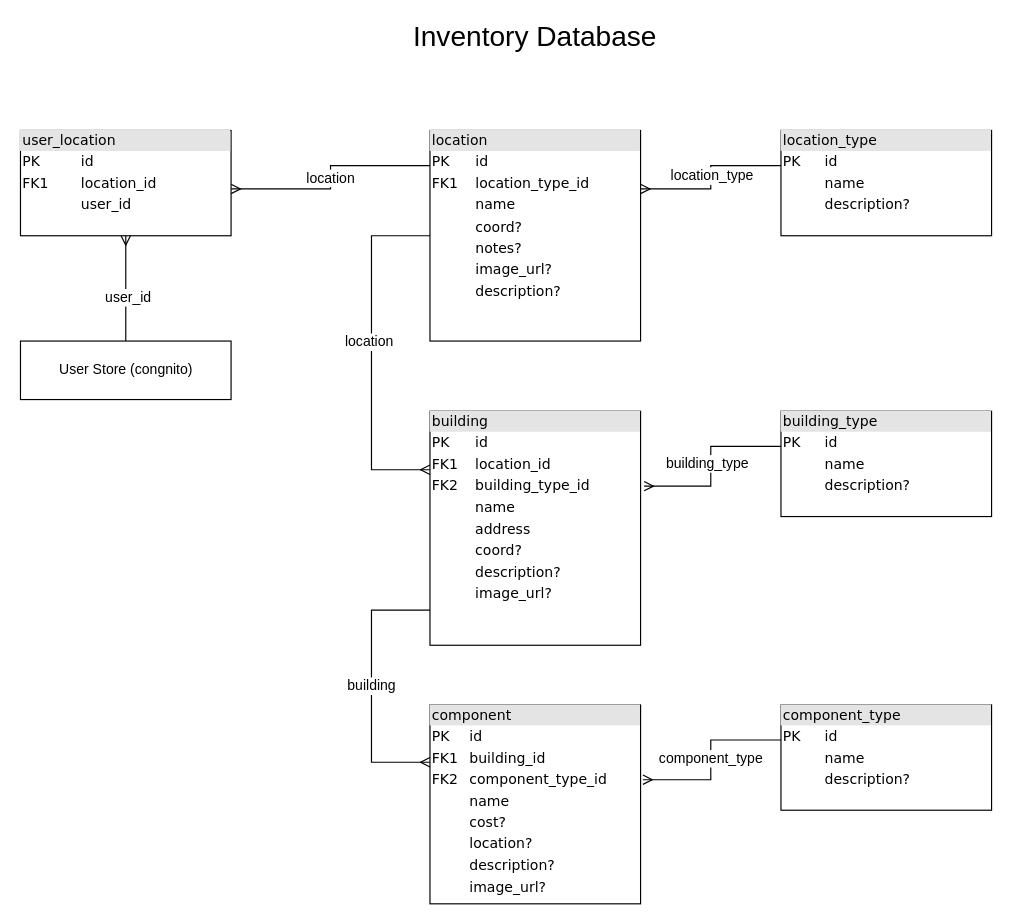
This is database/docs/database-diagrams.drawio from vanister/inventory, a draw.io file, before an edit. Source tidied: cells renumbered, new cells numbered last; positions are measured from the earlier drawing's top-left corner, leaving out a move shared by most shapes. Both pictures are drawn from the tidied source at 117%, with x=0, y=0 at pixel (20, 25).
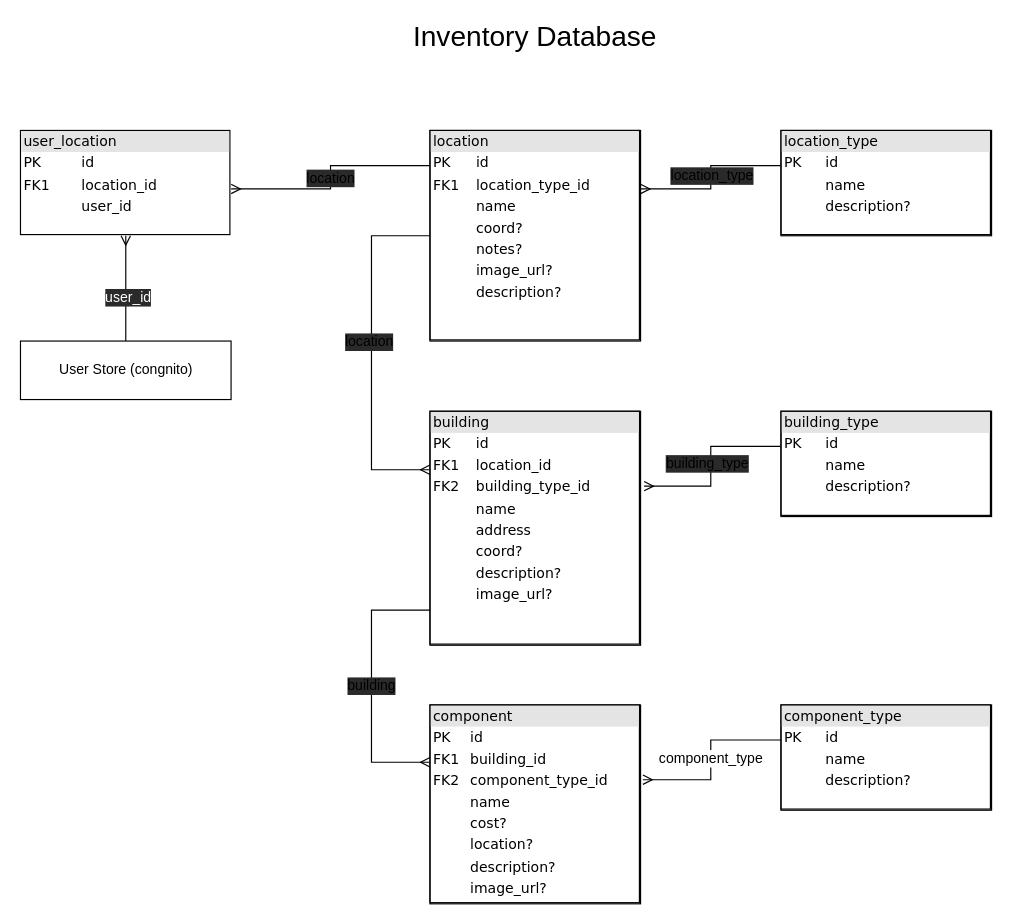
After the change.

Commit message:
Updated database diagram colors

Unchanged cells that the change refers to:
```xml
<mxCell id="2" style="edgeStyle=orthogonalEdgeStyle;rounded=0;jettySize=auto;html=1;startArrow=none;startFill=0;endArrow=ERmany;endFill=0;fontSize=12;" parent="1" edge="1" source="6" target="18">
  <mxGeometry relative="1" as="geometry">
    <Array as="points">
      <mxPoint x="265" y="120" />
      <mxPoint x="265" y="140" />
    </Array>
  </mxGeometry>
</mxCell>
<mxCell id="4" style="edgeStyle=orthogonalEdgeStyle;rounded=0;jettySize=auto;html=1;startArrow=none;startFill=0;endArrow=ERmany;endFill=0;fontSize=12;" parent="1" edge="1" source="6" target="8">
  <mxGeometry relative="1" as="geometry">
    <Array as="points">
      <mxPoint x="300" y="180" />
      <mxPoint x="300" y="380" />
    </Array>
  </mxGeometry>
</mxCell>
<mxCell id="9" style="edgeStyle=orthogonalEdgeStyle;rounded=0;jettySize=auto;html=1;entryX=1.017;entryY=0.32;entryDx=0;entryDy=0;entryPerimeter=0;startArrow=none;startFill=0;endArrow=ERmany;endFill=0;fontSize=12;" parent="1" edge="1" source="11" target="8">
  <mxGeometry relative="1" as="geometry">
    <Array as="points">
      <mxPoint x="590" y="360" />
      <mxPoint x="590" y="394" />
    </Array>
  </mxGeometry>
</mxCell>
<mxCell id="12" style="edgeStyle=orthogonalEdgeStyle;rounded=0;jettySize=auto;html=1;startArrow=none;startFill=0;fontSize=24;endArrow=ERmany;endFill=0;" parent="1" edge="1" source="14" target="6">
  <mxGeometry relative="1" as="geometry">
    <Array as="points">
      <mxPoint x="590" y="120" />
      <mxPoint x="590" y="140" />
    </Array>
  </mxGeometry>
</mxCell>
<mxCell id="21" value="User Store (congnito)" style="html=1;" parent="1" vertex="1">
  <mxGeometry y="270" width="180" height="50" as="geometry" />
</mxCell>
```

Diff of the diagram source:
```diff
@@
-<mxGraphModel background="#ffffff">
+<mxGraphModel>
@@
-    <mxCell id="3" value="location" style="text;html=1;align=center;verticalAlign=middle;labelBackgroundColor=#ffffff;fontSize=12;" parent="2" vertex="1">
+    <mxCell id="3" value="location" style="text;html=1;align=center;verticalAlign=middle;labelBackgroundColor=#2A2A2A;fontSize=12;" parent="2" vertex="1">
       <mxGeometry y="-1" relative="1" as="geometry" />
     </mxCell>
@@
-    <mxCell id="5" value="location" style="text;html=1;align=center;verticalAlign=middle;labelBackgroundColor=#ffffff;fontSize=12;" parent="4" vertex="1">
+    <mxCell id="5" value="location" style="text;html=1;align=center;verticalAlign=middle;labelBackgroundColor=#2A2A2A;fontSize=12;" parent="4" vertex="1">
       <mxGeometry x="-0.07" y="-3" relative="1" as="geometry" />
     </mxCell>
-    <mxCell id="6" value="&lt;div style=&quot;box-sizing: border-box ; width: 100% ; background: #e4e4e4 ; padding: 2px&quot;&gt;location&lt;/div&gt;&lt;table style=&quot;width: 100% ; font-size: 1em&quot; cellspacing=&quot;0&quot; cellpadding=&quot;2&quot;&gt;&lt;tbody&gt;&lt;tr&gt;&lt;td&gt;PK&lt;/td&gt;&lt;td&gt;id&lt;/td&gt;&lt;/tr&gt;&lt;tr&gt;&lt;td&gt;FK1&lt;br&gt;&lt;/td&gt;&lt;td&gt;location_type_id&lt;br&gt;&lt;/td&gt;&lt;/tr&gt;&lt;tr&gt;&lt;td&gt;&lt;br&gt;&lt;/td&gt;&lt;td&gt;name&lt;br&gt;&lt;/td&gt;&lt;/tr&gt;&lt;tr&gt;&lt;td&gt;&lt;br&gt;&lt;/td&gt;&lt;td&gt;coord?&lt;br&gt;&lt;/td&gt;&lt;/tr&gt;&lt;tr&gt;&lt;td&gt;&lt;br&gt;&lt;/td&gt;&lt;td&gt;notes?&lt;br&gt;&lt;/td&gt;&lt;/tr&gt;&lt;tr&gt;&lt;td&gt;&lt;br&gt;&lt;/td&gt;&lt;td&gt;image_url?&lt;/td&gt;&lt;/tr&gt;&lt;tr&gt;&lt;td&gt;&lt;br&gt;&lt;/td&gt;&lt;td&gt;description?&lt;/td&gt;&lt;/tr&gt;&lt;tr&gt;&lt;td&gt;&lt;br&gt;&lt;/td&gt;&lt;td&gt;&lt;br&gt;&lt;/td&gt;&lt;/tr&gt;&lt;/tbody&gt;&lt;/table&gt;" style="verticalAlign=top;align=left;overflow=fill;html=1;rounded=0;shadow=0;comic=0;labelBackgroundColor=none;strokeColor=#000000;strokeWidth=1;fillColor=#ffffff;fontFamily=Verdana;fontSize=12;fontColor=#000000;" parent="1" vertex="1">
+    <mxCell id="6" value="&lt;div style=&quot;box-sizing: border-box ; width: 100% ; background: #e4e4e4 ; padding: 2px&quot;&gt;&lt;font color=&quot;#000000&quot;&gt;location&lt;/font&gt;&lt;/div&gt;&lt;table style=&quot;width: 100% ; font-size: 1em&quot; cellspacing=&quot;0&quot; cellpadding=&quot;2&quot;&gt;&lt;tbody&gt;&lt;tr&gt;&lt;td&gt;PK&lt;/td&gt;&lt;td&gt;id&lt;/td&gt;&lt;/tr&gt;&lt;tr&gt;&lt;td&gt;FK1&lt;br&gt;&lt;/td&gt;&lt;td&gt;location_type_id&lt;br&gt;&lt;/td&gt;&lt;/tr&gt;&lt;tr&gt;&lt;td&gt;&lt;br&gt;&lt;/td&gt;&lt;td&gt;name&lt;br&gt;&lt;/td&gt;&lt;/tr&gt;&lt;tr&gt;&lt;td&gt;&lt;br&gt;&lt;/td&gt;&lt;td&gt;coord?&lt;br&gt;&lt;/td&gt;&lt;/tr&gt;&lt;tr&gt;&lt;td&gt;&lt;br&gt;&lt;/td&gt;&lt;td&gt;notes?&lt;br&gt;&lt;/td&gt;&lt;/tr&gt;&lt;tr&gt;&lt;td&gt;&lt;br&gt;&lt;/td&gt;&lt;td&gt;image_url?&lt;/td&gt;&lt;/tr&gt;&lt;tr&gt;&lt;td&gt;&lt;br&gt;&lt;/td&gt;&lt;td&gt;description?&lt;/td&gt;&lt;/tr&gt;&lt;tr&gt;&lt;td&gt;&lt;br&gt;&lt;/td&gt;&lt;td&gt;&lt;br&gt;&lt;/td&gt;&lt;/tr&gt;&lt;/tbody&gt;&lt;/table&gt;" style="verticalAlign=top;align=left;overflow=fill;html=1;rounded=0;shadow=0;comic=0;labelBackgroundColor=none;strokeColor=#000000;strokeWidth=1;fontFamily=Verdana;fontSize=12;labelBorderColor=#000000;" parent="1" vertex="1">
       <mxGeometry x="350" y="90" width="180" height="180" as="geometry" />
     </mxCell>
-    <mxCell id="7" value="building" style="edgeStyle=orthogonalEdgeStyle;rounded=0;jettySize=auto;html=1;startArrow=none;startFill=0;endArrow=ERmany;endFill=0;fontSize=12;" parent="1" edge="1" source="8" target="17">
+    <mxCell id="7" value="building" style="edgeStyle=orthogonalEdgeStyle;rounded=0;jettySize=auto;html=1;startArrow=none;startFill=0;endArrow=ERmany;endFill=0;fontSize=12;labelBackgroundColor=#2A2A2A;" parent="1" edge="1" source="8" target="17">
       <mxGeometry relative="1" as="geometry">
         <Array as="points">
           <mxPoint x="300" y="500" />
           <mxPoint x="300" y="630" />
         </Array>
       </mxGeometry>
     </mxCell>
-    <mxCell id="8" value="&lt;div style=&quot;box-sizing: border-box ; width: 100% ; background: #e4e4e4 ; padding: 2px&quot;&gt;building&lt;/div&gt;&lt;table style=&quot;width: 100% ; font-size: 1em&quot; cellspacing=&quot;0&quot; cellpadding=&quot;2&quot;&gt;&lt;tbody&gt;&lt;tr&gt;&lt;td&gt;PK&lt;/td&gt;&lt;td&gt;id&lt;/td&gt;&lt;/tr&gt;&lt;tr&gt;&lt;td&gt;FK1&lt;/td&gt;&lt;td&gt;location_id&lt;br&gt;&lt;/td&gt;&lt;/tr&gt;&lt;tr&gt;&lt;td&gt;FK2&lt;/td&gt;&lt;td&gt;building_type_id&lt;br&gt;&lt;/td&gt;&lt;/tr&gt;&lt;tr&gt;&lt;td&gt;&lt;br&gt;&lt;/td&gt;&lt;td&gt;name&lt;br&gt;&lt;/td&gt;&lt;/tr&gt;&lt;tr&gt;&lt;td&gt;&lt;br&gt;&lt;/td&gt;&lt;td&gt;address&lt;br&gt;&lt;/td&gt;&lt;/tr&gt;&lt;tr&gt;&lt;td&gt;&lt;br&gt;&lt;/td&gt;&lt;td&gt;coord?&lt;br&gt;&lt;/td&gt;&lt;/tr&gt;&lt;tr&gt;&lt;td&gt;&lt;br&gt;&lt;/td&gt;&lt;td&gt;description?&lt;br&gt;&lt;/td&gt;&lt;/tr&gt;&lt;tr&gt;&lt;td&gt;&lt;br&gt;&lt;/td&gt;&lt;td&gt;image_url?&lt;/td&gt;&lt;/tr&gt;&lt;tr&gt;&lt;td&gt;&lt;br&gt;&lt;/td&gt;&lt;td&gt;&lt;br&gt;&lt;/td&gt;&lt;/tr&gt;&lt;tr&gt;&lt;td&gt;&lt;br&gt;&lt;/td&gt;&lt;td&gt;&lt;br&gt;&lt;/td&gt;&lt;/tr&gt;&lt;/tbody&gt;&lt;/table&gt;" style="verticalAlign=top;align=left;overflow=fill;html=1;rounded=0;shadow=0;comic=0;labelBackgroundColor=none;strokeColor=#000000;strokeWidth=1;fillColor=#ffffff;fontFamily=Verdana;fontSize=12;fontColor=#000000;" parent="1" vertex="1">
+    <mxCell id="8" value="&lt;div style=&quot;box-sizing: border-box ; width: 100% ; background: #e4e4e4 ; padding: 2px&quot;&gt;&lt;font color=&quot;#000000&quot;&gt;building&lt;/font&gt;&lt;/div&gt;&lt;table style=&quot;width: 100% ; font-size: 1em&quot; cellspacing=&quot;0&quot; cellpadding=&quot;2&quot;&gt;&lt;tbody&gt;&lt;tr&gt;&lt;td&gt;PK&lt;/td&gt;&lt;td&gt;id&lt;/td&gt;&lt;/tr&gt;&lt;tr&gt;&lt;td&gt;FK1&lt;/td&gt;&lt;td&gt;location_id&lt;br&gt;&lt;/td&gt;&lt;/tr&gt;&lt;tr&gt;&lt;td&gt;FK2&lt;/td&gt;&lt;td&gt;building_type_id&lt;br&gt;&lt;/td&gt;&lt;/tr&gt;&lt;tr&gt;&lt;td&gt;&lt;br&gt;&lt;/td&gt;&lt;td&gt;name&lt;br&gt;&lt;/td&gt;&lt;/tr&gt;&lt;tr&gt;&lt;td&gt;&lt;br&gt;&lt;/td&gt;&lt;td&gt;address&lt;br&gt;&lt;/td&gt;&lt;/tr&gt;&lt;tr&gt;&lt;td&gt;&lt;br&gt;&lt;/td&gt;&lt;td&gt;coord?&lt;br&gt;&lt;/td&gt;&lt;/tr&gt;&lt;tr&gt;&lt;td&gt;&lt;br&gt;&lt;/td&gt;&lt;td&gt;description?&lt;br&gt;&lt;/td&gt;&lt;/tr&gt;&lt;tr&gt;&lt;td&gt;&lt;br&gt;&lt;/td&gt;&lt;td&gt;image_url?&lt;/td&gt;&lt;/tr&gt;&lt;tr&gt;&lt;td&gt;&lt;br&gt;&lt;/td&gt;&lt;td&gt;&lt;br&gt;&lt;/td&gt;&lt;/tr&gt;&lt;tr&gt;&lt;td&gt;&lt;br&gt;&lt;/td&gt;&lt;td&gt;&lt;br&gt;&lt;/td&gt;&lt;/tr&gt;&lt;/tbody&gt;&lt;/table&gt;" style="verticalAlign=top;align=left;overflow=fill;html=1;rounded=0;shadow=0;comic=0;labelBackgroundColor=none;strokeColor=#000000;strokeWidth=1;fontFamily=Verdana;fontSize=12;labelBorderColor=#000000;" parent="1" vertex="1">
       <mxGeometry x="350" y="330" width="180" height="200" as="geometry" />
     </mxCell>
@@
-    <mxCell id="10" value="building_type" style="text;html=1;align=center;verticalAlign=middle;labelBackgroundColor=#ffffff;fontSize=12;" parent="9" vertex="1">
+    <mxCell id="10" value="building_type" style="text;html=1;align=center;verticalAlign=middle;labelBackgroundColor=#2A2A2A;fontSize=12;" parent="9" vertex="1">
       <mxGeometry x="-0.12" y="9" relative="1" as="geometry">
         <mxPoint x="-13" y="8" as="offset" />
       </mxGeometry>
     </mxCell>
-    <mxCell id="11" value="&lt;div style=&quot;box-sizing: border-box ; width: 100% ; background: #e4e4e4 ; padding: 2px&quot;&gt;building_type&lt;/div&gt;&lt;table style=&quot;width: 100% ; font-size: 1em&quot; cellspacing=&quot;0&quot; cellpadding=&quot;2&quot;&gt;&lt;tbody&gt;&lt;tr&gt;&lt;td&gt;PK&lt;/td&gt;&lt;td&gt;id&lt;/td&gt;&lt;/tr&gt;&lt;tr&gt;&lt;td&gt;&lt;br&gt;&lt;/td&gt;&lt;td&gt;name&lt;/td&gt;&lt;/tr&gt;&lt;tr&gt;&lt;td&gt;&lt;br&gt;&lt;/td&gt;&lt;td&gt;description?&lt;br&gt;&lt;/td&gt;&lt;/tr&gt;&lt;/tbody&gt;&lt;/table&gt;" style="verticalAlign=top;align=left;overflow=fill;html=1;rounded=0;shadow=0;comic=0;labelBackgroundColor=none;strokeColor=#000000;strokeWidth=1;fillColor=#ffffff;fontFamily=Verdana;fontSize=12;fontColor=#000000;" parent="1" vertex="1">
+    <mxCell id="11" value="&lt;div style=&quot;box-sizing: border-box ; width: 100% ; background: #e4e4e4 ; padding: 2px&quot;&gt;&lt;font color=&quot;#000000&quot;&gt;building_type&lt;/font&gt;&lt;/div&gt;&lt;table style=&quot;width: 100% ; font-size: 1em&quot; cellspacing=&quot;0&quot; cellpadding=&quot;2&quot;&gt;&lt;tbody&gt;&lt;tr&gt;&lt;td&gt;PK&lt;/td&gt;&lt;td&gt;id&lt;/td&gt;&lt;/tr&gt;&lt;tr&gt;&lt;td&gt;&lt;br&gt;&lt;/td&gt;&lt;td&gt;name&lt;/td&gt;&lt;/tr&gt;&lt;tr&gt;&lt;td&gt;&lt;br&gt;&lt;/td&gt;&lt;td&gt;description?&lt;br&gt;&lt;/td&gt;&lt;/tr&gt;&lt;/tbody&gt;&lt;/table&gt;" style="verticalAlign=top;align=left;overflow=fill;html=1;rounded=0;shadow=0;comic=0;labelBackgroundColor=none;strokeColor=#000000;strokeWidth=1;fontFamily=Verdana;fontSize=12;labelBorderColor=#000000;" parent="1" vertex="1">
       <mxGeometry x="650" y="330" width="180" height="90" as="geometry" />
     </mxCell>
@@
-    <mxCell id="13" value="&lt;div style=&quot;font-size: 12px&quot;&gt;location_type&lt;/div&gt;" style="text;html=1;align=center;verticalAlign=middle;labelBackgroundColor=#ffffff;fontSize=12;" parent="12" vertex="1">
+    <mxCell id="13" value="&lt;div style=&quot;font-size: 12px&quot;&gt;location_type&lt;/div&gt;" style="text;html=1;align=center;verticalAlign=middle;labelBackgroundColor=#2A2A2A;fontSize=12;" parent="12" vertex="1">
       <mxGeometry x="-0.14" y="8" relative="1" as="geometry">
         <mxPoint x="-8" y="8" as="offset" />
       </mxGeometry>
     </mxCell>
-    <mxCell id="14" value="&lt;div style=&quot;box-sizing: border-box ; width: 100% ; background: #e4e4e4 ; padding: 2px&quot;&gt;location_type&lt;/div&gt;&lt;table style=&quot;width: 100% ; font-size: 1em&quot; cellspacing=&quot;0&quot; cellpadding=&quot;2&quot;&gt;&lt;tbody&gt;&lt;tr&gt;&lt;td&gt;PK&lt;/td&gt;&lt;td&gt;id&lt;br&gt;&lt;/td&gt;&lt;/tr&gt;&lt;tr&gt;&lt;td&gt;&lt;br&gt;&lt;/td&gt;&lt;td&gt;name&lt;br&gt;&lt;/td&gt;&lt;/tr&gt;&lt;tr&gt;&lt;td&gt;&lt;br&gt;&lt;/td&gt;&lt;td&gt;description?&lt;br&gt;&lt;/td&gt;&lt;/tr&gt;&lt;/tbody&gt;&lt;/table&gt;" style="verticalAlign=top;align=left;overflow=fill;html=1;rounded=0;shadow=0;comic=0;labelBackgroundColor=none;strokeColor=#000000;strokeWidth=1;fillColor=#ffffff;fontFamily=Verdana;fontSize=12;fontColor=#000000;" parent="1" vertex="1">
+    <mxCell id="14" value="&lt;div style=&quot;box-sizing: border-box ; width: 100% ; background: #e4e4e4 ; padding: 2px&quot;&gt;&lt;font color=&quot;#000000&quot;&gt;location_type&lt;/font&gt;&lt;/div&gt;&lt;table style=&quot;width: 100% ; font-size: 1em&quot; cellspacing=&quot;0&quot; cellpadding=&quot;2&quot;&gt;&lt;tbody&gt;&lt;tr&gt;&lt;td&gt;PK&lt;/td&gt;&lt;td&gt;id&lt;br&gt;&lt;/td&gt;&lt;/tr&gt;&lt;tr&gt;&lt;td&gt;&lt;br&gt;&lt;/td&gt;&lt;td&gt;name&lt;br&gt;&lt;/td&gt;&lt;/tr&gt;&lt;tr&gt;&lt;td&gt;&lt;br&gt;&lt;/td&gt;&lt;td&gt;description?&lt;br&gt;&lt;/td&gt;&lt;/tr&gt;&lt;/tbody&gt;&lt;/table&gt;" style="verticalAlign=top;align=left;overflow=fill;html=1;rounded=0;shadow=0;comic=0;labelBackgroundColor=none;strokeColor=#000000;strokeWidth=1;fontFamily=Verdana;fontSize=12;labelBorderColor=#000000;" parent="1" vertex="1">
       <mxGeometry x="650" y="90" width="180" height="90" as="geometry" />
     </mxCell>
@@
-    <mxCell id="16" value="&lt;div style=&quot;box-sizing: border-box ; width: 100% ; background: #e4e4e4 ; padding: 2px&quot;&gt;component_type&lt;/div&gt;&lt;table style=&quot;width: 100% ; font-size: 1em&quot; cellspacing=&quot;0&quot; cellpadding=&quot;2&quot;&gt;&lt;tbody&gt;&lt;tr&gt;&lt;td&gt;PK&lt;/td&gt;&lt;td&gt;id&lt;/td&gt;&lt;/tr&gt;&lt;tr&gt;&lt;td&gt;&lt;br&gt;&lt;/td&gt;&lt;td&gt;name&lt;br&gt;&lt;/td&gt;&lt;/tr&gt;&lt;tr&gt;&lt;td&gt;&lt;br&gt;&lt;/td&gt;&lt;td&gt;description?&lt;br&gt;&lt;/td&gt;&lt;/tr&gt;&lt;/tbody&gt;&lt;/table&gt;" style="verticalAlign=top;align=left;overflow=fill;html=1;rounded=0;shadow=0;comic=0;labelBackgroundColor=none;strokeColor=#000000;strokeWidth=1;fillColor=#ffffff;fontFamily=Verdana;fontSize=12;fontColor=#000000;" parent="1" vertex="1">
+    <mxCell id="16" value="&lt;div style=&quot;box-sizing: border-box ; width: 100% ; background: #e4e4e4 ; padding: 2px&quot;&gt;&lt;font color=&quot;#000000&quot;&gt;component_type&lt;/font&gt;&lt;/div&gt;&lt;table style=&quot;width: 100% ; font-size: 1em&quot; cellspacing=&quot;0&quot; cellpadding=&quot;2&quot;&gt;&lt;tbody&gt;&lt;tr&gt;&lt;td&gt;PK&lt;/td&gt;&lt;td&gt;id&lt;/td&gt;&lt;/tr&gt;&lt;tr&gt;&lt;td&gt;&lt;br&gt;&lt;/td&gt;&lt;td&gt;name&lt;br&gt;&lt;/td&gt;&lt;/tr&gt;&lt;tr&gt;&lt;td&gt;&lt;br&gt;&lt;/td&gt;&lt;td&gt;description?&lt;br&gt;&lt;/td&gt;&lt;/tr&gt;&lt;/tbody&gt;&lt;/table&gt;" style="verticalAlign=top;align=left;overflow=fill;html=1;rounded=0;shadow=0;comic=0;labelBackgroundColor=none;strokeColor=#000000;strokeWidth=1;fontFamily=Verdana;fontSize=12;labelBorderColor=#000000;" parent="1" vertex="1">
       <mxGeometry x="650" y="581" width="180" height="90" as="geometry" />
     </mxCell>
-    <mxCell id="17" value="&lt;div style=&quot;box-sizing: border-box ; width: 100% ; background: #e4e4e4 ; padding: 2px&quot;&gt;component&lt;/div&gt;&lt;table style=&quot;width: 100% ; font-size: 1em&quot; cellspacing=&quot;0&quot; cellpadding=&quot;2&quot;&gt;&lt;tbody&gt;&lt;tr&gt;&lt;td&gt;PK&lt;/td&gt;&lt;td&gt;id&lt;/td&gt;&lt;/tr&gt;&lt;tr&gt;&lt;td&gt;FK1&lt;/td&gt;&lt;td&gt;building_id&lt;/td&gt;&lt;/tr&gt;&lt;tr&gt;&lt;td&gt;FK2&lt;br&gt;&lt;/td&gt;&lt;td&gt;component_type_id&lt;/td&gt;&lt;/tr&gt;&lt;tr&gt;&lt;td&gt;&lt;br&gt;&lt;/td&gt;&lt;td&gt;name&lt;br&gt;&lt;/td&gt;&lt;/tr&gt;&lt;tr&gt;&lt;td&gt;&lt;br&gt;&lt;/td&gt;&lt;td&gt;cost?&lt;br&gt;&lt;/td&gt;&lt;/tr&gt;&lt;tr&gt;&lt;td&gt;&lt;br&gt;&lt;/td&gt;&lt;td&gt;location?&lt;br&gt;&lt;/td&gt;&lt;/tr&gt;&lt;tr&gt;&lt;td&gt;&lt;br&gt;&lt;/td&gt;&lt;td&gt;description?&lt;br&gt;&lt;/td&gt;&lt;/tr&gt;&lt;tr&gt;&lt;td&gt;&lt;br&gt;&lt;/td&gt;&lt;td&gt;image_url?&lt;/td&gt;&lt;/tr&gt;&lt;/tbody&gt;&lt;/table&gt;" style="verticalAlign=top;align=left;overflow=fill;html=1;rounded=0;shadow=0;comic=0;labelBackgroundColor=none;strokeColor=#000000;strokeWidth=1;fillColor=#ffffff;fontFamily=Verdana;fontSize=12;fontColor=#000000;" parent="1" vertex="1">
+    <mxCell id="17" value="&lt;div style=&quot;box-sizing: border-box ; width: 100% ; background: #e4e4e4 ; padding: 2px&quot;&gt;&lt;font color=&quot;#000000&quot;&gt;component&lt;/font&gt;&lt;/div&gt;&lt;table style=&quot;width: 100% ; font-size: 1em&quot; cellspacing=&quot;0&quot; cellpadding=&quot;2&quot;&gt;&lt;tbody&gt;&lt;tr&gt;&lt;td&gt;PK&lt;/td&gt;&lt;td&gt;id&lt;/td&gt;&lt;/tr&gt;&lt;tr&gt;&lt;td&gt;FK1&lt;/td&gt;&lt;td&gt;building_id&lt;/td&gt;&lt;/tr&gt;&lt;tr&gt;&lt;td&gt;FK2&lt;br&gt;&lt;/td&gt;&lt;td&gt;component_type_id&lt;/td&gt;&lt;/tr&gt;&lt;tr&gt;&lt;td&gt;&lt;br&gt;&lt;/td&gt;&lt;td&gt;name&lt;br&gt;&lt;/td&gt;&lt;/tr&gt;&lt;tr&gt;&lt;td&gt;&lt;br&gt;&lt;/td&gt;&lt;td&gt;cost?&lt;br&gt;&lt;/td&gt;&lt;/tr&gt;&lt;tr&gt;&lt;td&gt;&lt;br&gt;&lt;/td&gt;&lt;td&gt;location?&lt;br&gt;&lt;/td&gt;&lt;/tr&gt;&lt;tr&gt;&lt;td&gt;&lt;br&gt;&lt;/td&gt;&lt;td&gt;description?&lt;br&gt;&lt;/td&gt;&lt;/tr&gt;&lt;tr&gt;&lt;td&gt;&lt;br&gt;&lt;/td&gt;&lt;td&gt;image_url?&lt;/td&gt;&lt;/tr&gt;&lt;/tbody&gt;&lt;/table&gt;" style="verticalAlign=top;align=left;overflow=fill;html=1;rounded=0;shadow=0;comic=0;labelBackgroundColor=none;strokeColor=#000000;strokeWidth=1;fontFamily=Verdana;fontSize=12;labelBorderColor=#000000;" parent="1" vertex="1">
       <mxGeometry x="350" y="581" width="180" height="170" as="geometry" />
     </mxCell>
-    <mxCell id="18" value="&lt;div style=&quot;box-sizing: border-box ; width: 100% ; background: #e4e4e4 ; padding: 2px&quot;&gt;user_location&lt;/div&gt;&lt;table style=&quot;width: 100% ; font-size: 1em&quot; cellspacing=&quot;0&quot; cellpadding=&quot;2&quot;&gt;&lt;tbody&gt;&lt;tr&gt;&lt;td&gt;PK&lt;/td&gt;&lt;td&gt;id&lt;/td&gt;&lt;/tr&gt;&lt;tr&gt;&lt;td&gt;FK1&lt;/td&gt;&lt;td&gt;location_id&lt;/td&gt;&lt;/tr&gt;&lt;tr&gt;&lt;td&gt;&lt;br&gt;&lt;/td&gt;&lt;td&gt;user_id&lt;br&gt;&lt;/td&gt;&lt;/tr&gt;&lt;/tbody&gt;&lt;/table&gt;" style="verticalAlign=top;align=left;overflow=fill;html=1;rounded=0;shadow=0;comic=0;labelBackgroundColor=none;strokeWidth=1;fontFamily=Verdana;fontSize=12;fillColor=#ffffff;" parent="1" vertex="1">
+    <mxCell id="18" value="&lt;div style=&quot;box-sizing: border-box ; width: 100% ; background: #e4e4e4 ; padding: 2px&quot;&gt;&lt;font color=&quot;#000000&quot;&gt;user_location&lt;/font&gt;&lt;/div&gt;&lt;table style=&quot;width: 100% ; font-size: 1em&quot; cellspacing=&quot;0&quot; cellpadding=&quot;2&quot;&gt;&lt;tbody&gt;&lt;tr&gt;&lt;td&gt;PK&lt;/td&gt;&lt;td&gt;id&lt;/td&gt;&lt;/tr&gt;&lt;tr&gt;&lt;td&gt;FK1&lt;/td&gt;&lt;td&gt;location_id&lt;/td&gt;&lt;/tr&gt;&lt;tr&gt;&lt;td&gt;&lt;br&gt;&lt;/td&gt;&lt;td&gt;user_id&lt;br&gt;&lt;/td&gt;&lt;/tr&gt;&lt;/tbody&gt;&lt;/table&gt;" style="verticalAlign=top;align=left;overflow=fill;html=1;rounded=0;shadow=0;comic=0;labelBackgroundColor=none;strokeWidth=1;fontFamily=Verdana;fontSize=12;labelBorderColor=#000000;strokeColor=none;" parent="1" vertex="1">
       <mxGeometry y="90" width="180" height="90" as="geometry" />
     </mxCell>
-    <mxCell id="19" style="edgeStyle=orthogonalEdgeStyle;rounded=0;jettySize=auto;html=1;entryX=0.5;entryY=1;entryDx=0;entryDy=0;startArrow=none;startFill=0;endArrow=ERmany;endFill=0;fontSize=12;" parent="1" edge="1" source="21" target="18">
+    <mxCell id="19" style="edgeStyle=orthogonalEdgeStyle;rounded=0;jettySize=auto;html=1;entryX=0.5;entryY=1;entryDx=0;entryDy=0;startArrow=none;startFill=0;endArrow=ERmany;endFill=0;fontSize=12;labelBackgroundColor=none;" parent="1" edge="1" source="21" target="18">
       <mxGeometry relative="1" as="geometry" />
     </mxCell>
-    <mxCell id="20" value="user_id" style="text;html=1;align=center;verticalAlign=middle;labelBackgroundColor=#ffffff;fontSize=12;" parent="19" vertex="1">
+    <mxCell id="20" value="&lt;font color=&quot;#ffffff&quot;&gt;user_id&lt;/font&gt;" style="text;html=1;align=center;verticalAlign=middle;labelBackgroundColor=#2A2A2A;fontSize=12;" parent="19" vertex="1">
       <mxGeometry x="0.29" y="-1" relative="1" as="geometry">
         <mxPoint y="20" as="offset" />
       </mxGeometry>
     </mxCell>
```
